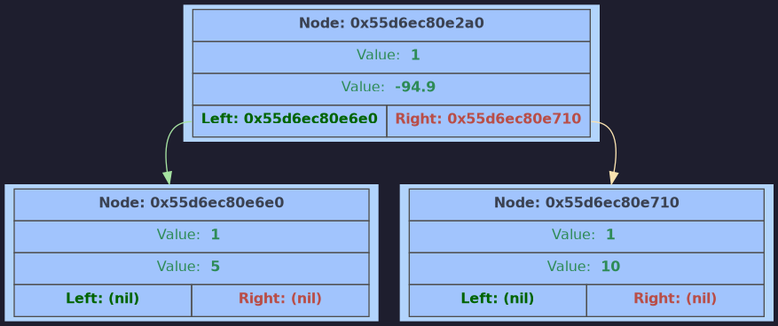
Before: GraphDump/dump.png, a diagram exported from Graphviz (F1merhub/Differencator). Its source is kept beside it as GraphDump/dump.dot.
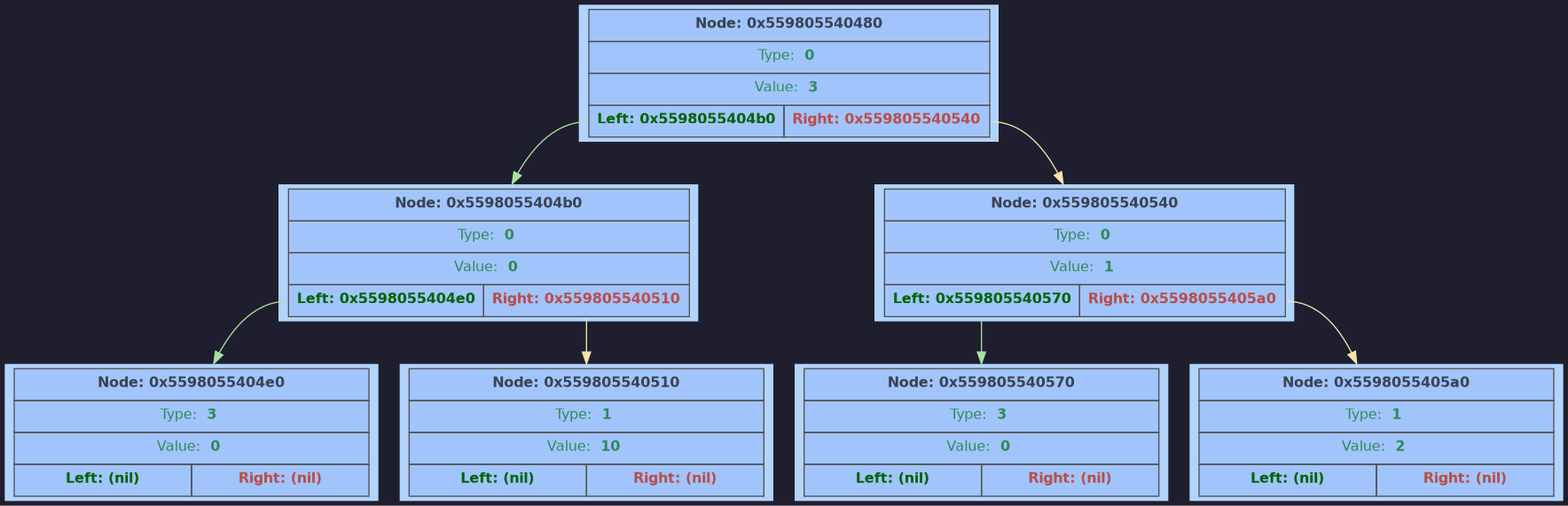
The same diagram one commit later.

Diff of the diagram source:
```diff
@@ -2,36 +2,212 @@
 	rankdir = TB;
 	bgcolor="#1e1e2e";
 	node [shape=rectangle, style=filled, fontname=Helvetica, fontsize=12, fillcolor="#89b4fa", color="#cba6f7", fontcolor="#1e1e2e"];
-	node0x4a75040 [shape=plaintext; style=filled; color="#fcf0d2"; fillcolor="#b2d4fc"; label = <
+	node0x4b5f150 [shape=plaintext; style=filled; color="#fcf0d2"; fillcolor="#b2d4fc"; label = <
 		         <table BORDER="0" CELLBORDER="1" CELLSPACING="0" CELLPADDING="6" BGCOLOR="#a1c4fd" COLOR="#4f4f4f">
-			           <tr><td align='center' colspan='2'><FONT COLOR='#3b4252'><b>Node: 0x4a75040</b></FONT></td></tr>
-			           <tr><td align='center' colspan='2'><FONT COLOR='#2e8b57'>Value: <b> 1 </b></FONT></td></tr>
-			           <tr><td align='center' colspan='2'><FONT COLOR='#2e8b57'>Value: <b> -94.9 </b></FONT></td></tr>
+			           <tr><td align='center' colspan='2'><FONT COLOR='#3b4252'><b>Node: 0x4b5f150</b></FONT></td></tr>
+			           <tr><td align='center' colspan='2'><FONT COLOR='#2e8b57'>Type: <b> 0 </b></FONT></td></tr>
+			           <tr><td align='center' colspan='2'><FONT COLOR='#2e8b57'>Value: <b> 0 </b></FONT></td></tr>
 			           <tr>
-			               <td WIDTH='150' PORT='left'  align='center'><FONT COLOR='#006400'><b>Left: 0x4a754f0</b></FONT></td>
-			               <td WIDTH='150' PORT='right' align='center'><FONT COLOR='#b94e48'><b>Right: 0x4a75560</b></FONT></td>
+			               <td WIDTH='150' PORT='left'  align='center'><FONT COLOR='#006400'><b>Left: 0x4b5f0e0</b></FONT></td>
+			               <td WIDTH='150' PORT='right' align='center'><FONT COLOR='#b94e48'><b>Right: 0x4b5eb30</b></FONT></td>
 			           </tr>
 		         </table> >];
-	node0x4a754f0 [shape=plaintext; style=filled; color="#fcf0d2"; fillcolor="#b2d4fc"; label = <
+	node0x4b5f0e0 [shape=plaintext; style=filled; color="#fcf0d2"; fillcolor="#b2d4fc"; label = <
 		         <table BORDER="0" CELLBORDER="1" CELLSPACING="0" CELLPADDING="6" BGCOLOR="#a1c4fd" COLOR="#4f4f4f">
-			           <tr><td align='center' colspan='2'><FONT COLOR='#3b4252'><b>Node: 0x4a754f0</b></FONT></td></tr>
+			           <tr><td align='center' colspan='2'><FONT COLOR='#3b4252'><b>Node: 0x4b5f0e0</b></FONT></td></tr>
+			           <tr><td align='center' colspan='2'><FONT COLOR='#2e8b57'>Type: <b> 0 </b></FONT></td></tr>
+			           <tr><td align='center' colspan='2'><FONT COLOR='#2e8b57'>Value: <b> 2 </b></FONT></td></tr>
+			           <tr>
+			               <td WIDTH='150' PORT='left'  align='center'><FONT COLOR='#006400'><b>Left: 0x4b5f070</b></FONT></td>
+			               <td WIDTH='150' PORT='right' align='center'><FONT COLOR='#b94e48'><b>Right: 0x4b5eba0</b></FONT></td>
+			           </tr>
+		         </table> >];
+	node0x4b5f070 [shape=plaintext; style=filled; color="#fcf0d2"; fillcolor="#b2d4fc"; label = <
+		         <table BORDER="0" CELLBORDER="1" CELLSPACING="0" CELLPADDING="6" BGCOLOR="#a1c4fd" COLOR="#4f4f4f">
+			           <tr><td align='center' colspan='2'><FONT COLOR='#3b4252'><b>Node: 0x4b5f070</b></FONT></td></tr>
+			           <tr><td align='center' colspan='2'><FONT COLOR='#2e8b57'>Type: <b> 0 </b></FONT></td></tr>
+			           <tr><td align='center' colspan='2'><FONT COLOR='#2e8b57'>Value: <b> 3 </b></FONT></td></tr>
+			           <tr>
+			               <td WIDTH='150' PORT='left'  align='center'><FONT COLOR='#006400'><b>Left: 0x4b5f000</b></FONT></td>
+			               <td WIDTH='150' PORT='right' align='center'><FONT COLOR='#b94e48'><b>Right: 0x4b5ecf0</b></FONT></td>
+			           </tr>
+		         </table> >];
+	node0x4b5f000 [shape=plaintext; style=filled; color="#fcf0d2"; fillcolor="#b2d4fc"; label = <
+		         <table BORDER="0" CELLBORDER="1" CELLSPACING="0" CELLPADDING="6" BGCOLOR="#a1c4fd" COLOR="#4f4f4f">
+			           <tr><td align='center' colspan='2'><FONT COLOR='#3b4252'><b>Node: 0x4b5f000</b></FONT></td></tr>
+			           <tr><td align='center' colspan='2'><FONT COLOR='#2e8b57'>Type: <b> 0 </b></FONT></td></tr>
 			           <tr><td align='center' colspan='2'><FONT COLOR='#2e8b57'>Value: <b> 1 </b></FONT></td></tr>
-			           <tr><td align='center' colspan='2'><FONT COLOR='#2e8b57'>Value: <b> 5 </b></FONT></td></tr>
+			           <tr>
+			               <td WIDTH='150' PORT='left'  align='center'><FONT COLOR='#006400'><b>Left: 0x4b5ef90</b></FONT></td>
+			               <td WIDTH='150' PORT='right' align='center'><FONT COLOR='#b94e48'><b>Right: 0x4b5ee40</b></FONT></td>
+			           </tr>
+		         </table> >];
+	node0x4b5ef90 [shape=plaintext; style=filled; color="#fcf0d2"; fillcolor="#b2d4fc"; label = <
+		         <table BORDER="0" CELLBORDER="1" CELLSPACING="0" CELLPADDING="6" BGCOLOR="#a1c4fd" COLOR="#4f4f4f">
+			           <tr><td align='center' colspan='2'><FONT COLOR='#3b4252'><b>Node: 0x4b5ef90</b></FONT></td></tr>
+			           <tr><td align='center' colspan='2'><FONT COLOR='#2e8b57'>Type: <b> 0 </b></FONT></td></tr>
+			           <tr><td align='center' colspan='2'><FONT COLOR='#2e8b57'>Value: <b> 2 </b></FONT></td></tr>
+			           <tr>
+			               <td WIDTH='150' PORT='left'  align='center'><FONT COLOR='#006400'><b>Left: 0x4b5ef20</b></FONT></td>
+			               <td WIDTH='150' PORT='right' align='center'><FONT COLOR='#b94e48'><b>Right: 0x4b5eeb0</b></FONT></td>
+			           </tr>
+		         </table> >];
+	node0x4b5ef20 [shape=plaintext; style=filled; color="#fcf0d2"; fillcolor="#b2d4fc"; label = <
+		         <table BORDER="0" CELLBORDER="1" CELLSPACING="0" CELLPADDING="6" BGCOLOR="#a1c4fd" COLOR="#4f4f4f">
+			           <tr><td align='center' colspan='2'><FONT COLOR='#3b4252'><b>Node: 0x4b5ef20</b></FONT></td></tr>
+			           <tr><td align='center' colspan='2'><FONT COLOR='#2e8b57'>Type: <b> 1 </b></FONT></td></tr>
+			           <tr><td align='center' colspan='2'><FONT COLOR='#2e8b57'>Value: <b> 0 </b></FONT></td></tr>
 			           <tr>
 			               <td WIDTH='150' PORT='left'  align='center'><FONT COLOR='#006400'><b>Left: (nil)</b></FONT></td>
 			               <td WIDTH='150' PORT='right' align='center'><FONT COLOR='#b94e48'><b>Right: (nil)</b></FONT></td>
 			           </tr>
 		         </table> >];
-	node0x4a75040:left -> node0x4a754f0 [color="#a6e3a1"]
-	node0x4a75560 [shape=plaintext; style=filled; color="#fcf0d2"; fillcolor="#b2d4fc"; label = <
+	node0x4b5ef90:left -> node0x4b5ef20 [color="#a6e3a1"]
+	node0x4b5eeb0 [shape=plaintext; style=filled; color="#fcf0d2"; fillcolor="#b2d4fc"; label = <
 		         <table BORDER="0" CELLBORDER="1" CELLSPACING="0" CELLPADDING="6" BGCOLOR="#a1c4fd" COLOR="#4f4f4f">
-			           <tr><td align='center' colspan='2'><FONT COLOR='#3b4252'><b>Node: 0x4a75560</b></FONT></td></tr>
-			           <tr><td align='center' colspan='2'><FONT COLOR='#2e8b57'>Value: <b> 1 </b></FONT></td></tr>
-			           <tr><td align='center' colspan='2'><FONT COLOR='#2e8b57'>Value: <b> 10 </b></FONT></td></tr>
+			           <tr><td align='center' colspan='2'><FONT COLOR='#3b4252'><b>Node: 0x4b5eeb0</b></FONT></td></tr>
+			           <tr><td align='center' colspan='2'><FONT COLOR='#2e8b57'>Type: <b> 1 </b></FONT></td></tr>
+			           <tr><td align='center' colspan='2'><FONT COLOR='#2e8b57'>Value: <b> 8 </b></FONT></td></tr>
 			           <tr>
 			               <td WIDTH='150' PORT='left'  align='center'><FONT COLOR='#006400'><b>Left: (nil)</b></FONT></td>
 			               <td WIDTH='150' PORT='right' align='center'><FONT COLOR='#b94e48'><b>Right: (nil)</b></FONT></td>
 			           </tr>
 		         </table> >];
-	node0x4a75040:right -> node0x4a75560 [color="#f9e2af"]
+	node0x4b5ef90:right -> node0x4b5eeb0 [color="#f9e2af"]
+	node0x4b5f000:left -> node0x4b5ef90 [color="#a6e3a1"]
+	node0x4b5ee40 [shape=plaintext; style=filled; color="#fcf0d2"; fillcolor="#b2d4fc"; label = <
+		         <table BORDER="0" CELLBORDER="1" CELLSPACING="0" CELLPADDING="6" BGCOLOR="#a1c4fd" COLOR="#4f4f4f">
+			           <tr><td align='center' colspan='2'><FONT COLOR='#3b4252'><b>Node: 0x4b5ee40</b></FONT></td></tr>
+			           <tr><td align='center' colspan='2'><FONT COLOR='#2e8b57'>Type: <b> 0 </b></FONT></td></tr>
+			           <tr><td align='center' colspan='2'><FONT COLOR='#2e8b57'>Value: <b> 2 </b></FONT></td></tr>
+			           <tr>
+			               <td WIDTH='150' PORT='left'  align='center'><FONT COLOR='#006400'><b>Left: 0x4b5edd0</b></FONT></td>
+			               <td WIDTH='150' PORT='right' align='center'><FONT COLOR='#b94e48'><b>Right: 0x4b5ed60</b></FONT></td>
+			           </tr>
+		         </table> >];
+	node0x4b5edd0 [shape=plaintext; style=filled; color="#fcf0d2"; fillcolor="#b2d4fc"; label = <
+		         <table BORDER="0" CELLBORDER="1" CELLSPACING="0" CELLPADDING="6" BGCOLOR="#a1c4fd" COLOR="#4f4f4f">
+			           <tr><td align='center' colspan='2'><FONT COLOR='#3b4252'><b>Node: 0x4b5edd0</b></FONT></td></tr>
+			           <tr><td align='center' colspan='2'><FONT COLOR='#2e8b57'>Type: <b> 1 </b></FONT></td></tr>
+			           <tr><td align='center' colspan='2'><FONT COLOR='#2e8b57'>Value: <b> 8 </b></FONT></td></tr>
+			           <tr>
+			               <td WIDTH='150' PORT='left'  align='center'><FONT COLOR='#006400'><b>Left: (nil)</b></FONT></td>
+			               <td WIDTH='150' PORT='right' align='center'><FONT COLOR='#b94e48'><b>Right: (nil)</b></FONT></td>
+			           </tr>
+		         </table> >];
+	node0x4b5ee40:left -> node0x4b5edd0 [color="#a6e3a1"]
+	node0x4b5ed60 [shape=plaintext; style=filled; color="#fcf0d2"; fillcolor="#b2d4fc"; label = <
+		         <table BORDER="0" CELLBORDER="1" CELLSPACING="0" CELLPADDING="6" BGCOLOR="#a1c4fd" COLOR="#4f4f4f">
+			           <tr><td align='center' colspan='2'><FONT COLOR='#3b4252'><b>Node: 0x4b5ed60</b></FONT></td></tr>
+			           <tr><td align='center' colspan='2'><FONT COLOR='#2e8b57'>Type: <b> 1 </b></FONT></td></tr>
+			           <tr><td align='center' colspan='2'><FONT COLOR='#2e8b57'>Value: <b> 1 </b></FONT></td></tr>
+			           <tr>
+			               <td WIDTH='150' PORT='left'  align='center'><FONT COLOR='#006400'><b>Left: (nil)</b></FONT></td>
+			               <td WIDTH='150' PORT='right' align='center'><FONT COLOR='#b94e48'><b>Right: (nil)</b></FONT></td>
+			           </tr>
+		         </table> >];
+	node0x4b5ee40:right -> node0x4b5ed60 [color="#f9e2af"]
+	node0x4b5f000:right -> node0x4b5ee40 [color="#f9e2af"]
+	node0x4b5f070:left -> node0x4b5f000 [color="#a6e3a1"]
+	node0x4b5ecf0 [shape=plaintext; style=filled; color="#fcf0d2"; fillcolor="#b2d4fc"; label = <
+		         <table BORDER="0" CELLBORDER="1" CELLSPACING="0" CELLPADDING="6" BGCOLOR="#a1c4fd" COLOR="#4f4f4f">
+			           <tr><td align='center' colspan='2'><FONT COLOR='#3b4252'><b>Node: 0x4b5ecf0</b></FONT></td></tr>
+			           <tr><td align='center' colspan='2'><FONT COLOR='#2e8b57'>Type: <b> 0 </b></FONT></td></tr>
+			           <tr><td align='center' colspan='2'><FONT COLOR='#2e8b57'>Value: <b> 2 </b></FONT></td></tr>
+			           <tr>
+			               <td WIDTH='150' PORT='left'  align='center'><FONT COLOR='#006400'><b>Left: 0x4b5ec80</b></FONT></td>
+			               <td WIDTH='150' PORT='right' align='center'><FONT COLOR='#b94e48'><b>Right: 0x4b5ec10</b></FONT></td>
+			           </tr>
+		         </table> >];
+	node0x4b5ec80 [shape=plaintext; style=filled; color="#fcf0d2"; fillcolor="#b2d4fc"; label = <
+		         <table BORDER="0" CELLBORDER="1" CELLSPACING="0" CELLPADDING="6" BGCOLOR="#a1c4fd" COLOR="#4f4f4f">
+			           <tr><td align='center' colspan='2'><FONT COLOR='#3b4252'><b>Node: 0x4b5ec80</b></FONT></td></tr>
+			           <tr><td align='center' colspan='2'><FONT COLOR='#2e8b57'>Type: <b> 1 </b></FONT></td></tr>
+			           <tr><td align='center' colspan='2'><FONT COLOR='#2e8b57'>Value: <b> 8 </b></FONT></td></tr>
+			           <tr>
+			               <td WIDTH='150' PORT='left'  align='center'><FONT COLOR='#006400'><b>Left: (nil)</b></FONT></td>
+			               <td WIDTH='150' PORT='right' align='center'><FONT COLOR='#b94e48'><b>Right: (nil)</b></FONT></td>
+			           </tr>
+		         </table> >];
+	node0x4b5ecf0:left -> node0x4b5ec80 [color="#a6e3a1"]
+	node0x4b5ec10 [shape=plaintext; style=filled; color="#fcf0d2"; fillcolor="#b2d4fc"; label = <
+		         <table BORDER="0" CELLBORDER="1" CELLSPACING="0" CELLPADDING="6" BGCOLOR="#a1c4fd" COLOR="#4f4f4f">
+			           <tr><td align='center' colspan='2'><FONT COLOR='#3b4252'><b>Node: 0x4b5ec10</b></FONT></td></tr>
+			           <tr><td align='center' colspan='2'><FONT COLOR='#2e8b57'>Type: <b> 3 </b></FONT></td></tr>
+			           <tr><td align='center' colspan='2'><FONT COLOR='#2e8b57'>Value: <b> 0 </b></FONT></td></tr>
+			           <tr>
+			               <td WIDTH='150' PORT='left'  align='center'><FONT COLOR='#006400'><b>Left: (nil)</b></FONT></td>
+			               <td WIDTH='150' PORT='right' align='center'><FONT COLOR='#b94e48'><b>Right: (nil)</b></FONT></td>
+			           </tr>
+		         </table> >];
+	node0x4b5ecf0:right -> node0x4b5ec10 [color="#f9e2af"]
+	node0x4b5f070:right -> node0x4b5ecf0 [color="#f9e2af"]
+	node0x4b5f0e0:left -> node0x4b5f070 [color="#a6e3a1"]
+	node0x4b5eba0 [shape=plaintext; style=filled; color="#fcf0d2"; fillcolor="#b2d4fc"; label = <
+		         <table BORDER="0" CELLBORDER="1" CELLSPACING="0" CELLPADDING="6" BGCOLOR="#a1c4fd" COLOR="#4f4f4f">
+			           <tr><td align='center' colspan='2'><FONT COLOR='#3b4252'><b>Node: 0x4b5eba0</b></FONT></td></tr>
+			           <tr><td align='center' colspan='2'><FONT COLOR='#2e8b57'>Type: <b> 1 </b></FONT></td></tr>
+			           <tr><td align='center' colspan='2'><FONT COLOR='#2e8b57'>Value: <b> 2 </b></FONT></td></tr>
+			           <tr>
+			               <td WIDTH='150' PORT='left'  align='center'><FONT COLOR='#006400'><b>Left: (nil)</b></FONT></td>
+			               <td WIDTH='150' PORT='right' align='center'><FONT COLOR='#b94e48'><b>Right: (nil)</b></FONT></td>
+			           </tr>
+		         </table> >];
+	node0x4b5f0e0:right -> node0x4b5eba0 [color="#f9e2af"]
+	node0x4b5f150:left -> node0x4b5f0e0 [color="#a6e3a1"]
+	node0x4b5eb30 [shape=plaintext; style=filled; color="#fcf0d2"; fillcolor="#b2d4fc"; label = <
+		         <table BORDER="0" CELLBORDER="1" CELLSPACING="0" CELLPADDING="6" BGCOLOR="#a1c4fd" COLOR="#4f4f4f">
+			           <tr><td align='center' colspan='2'><FONT COLOR='#3b4252'><b>Node: 0x4b5eb30</b></FONT></td></tr>
+			           <tr><td align='center' colspan='2'><FONT COLOR='#2e8b57'>Type: <b> 0 </b></FONT></td></tr>
+			           <tr><td align='center' colspan='2'><FONT COLOR='#2e8b57'>Value: <b> 2 </b></FONT></td></tr>
+			           <tr>
+			               <td WIDTH='150' PORT='left'  align='center'><FONT COLOR='#006400'><b>Left: 0x4b5e9e0</b></FONT></td>
+			               <td WIDTH='150' PORT='right' align='center'><FONT COLOR='#b94e48'><b>Right: 0x4b5e970</b></FONT></td>
+			           </tr>
+		         </table> >];
+	node0x4b5e9e0 [shape=plaintext; style=filled; color="#fcf0d2"; fillcolor="#b2d4fc"; label = <
+		         <table BORDER="0" CELLBORDER="1" CELLSPACING="0" CELLPADDING="6" BGCOLOR="#a1c4fd" COLOR="#4f4f4f">
+			           <tr><td align='center' colspan='2'><FONT COLOR='#3b4252'><b>Node: 0x4b5e9e0</b></FONT></td></tr>
+			           <tr><td align='center' colspan='2'><FONT COLOR='#2e8b57'>Type: <b> 0 </b></FONT></td></tr>
+			           <tr><td align='center' colspan='2'><FONT COLOR='#2e8b57'>Value: <b> 3 </b></FONT></td></tr>
+			           <tr>
+			               <td WIDTH='150' PORT='left'  align='center'><FONT COLOR='#006400'><b>Left: 0x4b5ea50</b></FONT></td>
+			               <td WIDTH='150' PORT='right' align='center'><FONT COLOR='#b94e48'><b>Right: 0x4b5eac0</b></FONT></td>
+			           </tr>
+		         </table> >];
+	node0x4b5ea50 [shape=plaintext; style=filled; color="#fcf0d2"; fillcolor="#b2d4fc"; label = <
+		         <table BORDER="0" CELLBORDER="1" CELLSPACING="0" CELLPADDING="6" BGCOLOR="#a1c4fd" COLOR="#4f4f4f">
+			           <tr><td align='center' colspan='2'><FONT COLOR='#3b4252'><b>Node: 0x4b5ea50</b></FONT></td></tr>
+			           <tr><td align='center' colspan='2'><FONT COLOR='#2e8b57'>Type: <b> 1 </b></FONT></td></tr>
+			           <tr><td align='center' colspan='2'><FONT COLOR='#2e8b57'>Value: <b> 8 </b></FONT></td></tr>
+			           <tr>
+			               <td WIDTH='150' PORT='left'  align='center'><FONT COLOR='#006400'><b>Left: (nil)</b></FONT></td>
+			               <td WIDTH='150' PORT='right' align='center'><FONT COLOR='#b94e48'><b>Right: (nil)</b></FONT></td>
+			           </tr>
+		         </table> >];
+	node0x4b5e9e0:left -> node0x4b5ea50 [color="#a6e3a1"]
+	node0x4b5eac0 [shape=plaintext; style=filled; color="#fcf0d2"; fillcolor="#b2d4fc"; label = <
+		         <table BORDER="0" CELLBORDER="1" CELLSPACING="0" CELLPADDING="6" BGCOLOR="#a1c4fd" COLOR="#4f4f4f">
+			           <tr><td align='center' colspan='2'><FONT COLOR='#3b4252'><b>Node: 0x4b5eac0</b></FONT></td></tr>
+			           <tr><td align='center' colspan='2'><FONT COLOR='#2e8b57'>Type: <b> 3 </b></FONT></td></tr>
+			           <tr><td align='center' colspan='2'><FONT COLOR='#2e8b57'>Value: <b> 0 </b></FONT></td></tr>
+			           <tr>
+			               <td WIDTH='150' PORT='left'  align='center'><FONT COLOR='#006400'><b>Left: (nil)</b></FONT></td>
+			               <td WIDTH='150' PORT='right' align='center'><FONT COLOR='#b94e48'><b>Right: (nil)</b></FONT></td>
+			           </tr>
+		         </table> >];
+	node0x4b5e9e0:right -> node0x4b5eac0 [color="#f9e2af"]
+	node0x4b5eb30:left -> node0x4b5e9e0 [color="#a6e3a1"]
+	node0x4b5e970 [shape=plaintext; style=filled; color="#fcf0d2"; fillcolor="#b2d4fc"; label = <
+		         <table BORDER="0" CELLBORDER="1" CELLSPACING="0" CELLPADDING="6" BGCOLOR="#a1c4fd" COLOR="#4f4f4f">
+			           <tr><td align='center' colspan='2'><FONT COLOR='#3b4252'><b>Node: 0x4b5e970</b></FONT></td></tr>
+			           <tr><td align='center' colspan='2'><FONT COLOR='#2e8b57'>Type: <b> 1 </b></FONT></td></tr>
+			           <tr><td align='center' colspan='2'><FONT COLOR='#2e8b57'>Value: <b> 0 </b></FONT></td></tr>
+			           <tr>
+			               <td WIDTH='150' PORT='left'  align='center'><FONT COLOR='#006400'><b>Left: (nil)</b></FONT></td>
+			               <td WIDTH='150' PORT='right' align='center'><FONT COLOR='#b94e48'><b>Right: (nil)</b></FONT></td>
+			           </tr>
+		         </table> >];
+	node0x4b5eb30:right -> node0x4b5e970 [color="#f9e2af"]
+	node0x4b5f150:right -> node0x4b5eb30 [color="#f9e2af"]
 }
```
